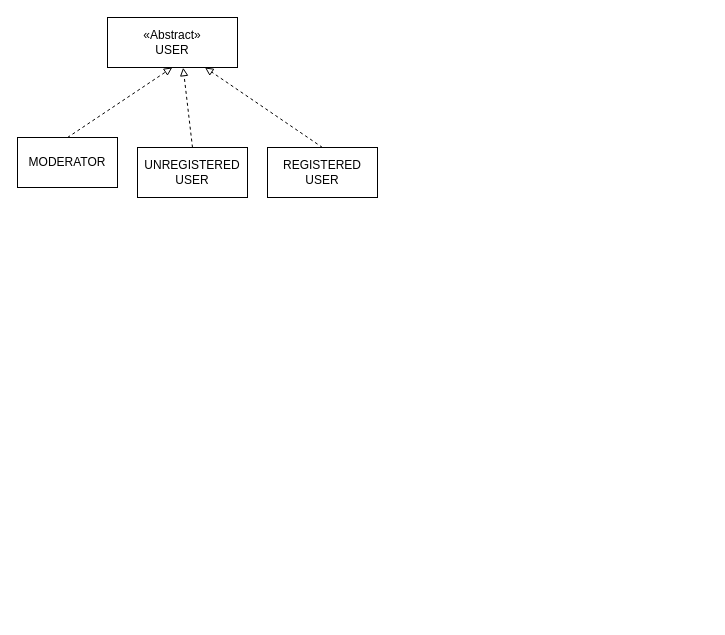
The draw.io diagram UML diagrams/UML class diagram.drawio in lorenzoceccanti/pixelindex, before the edit. Source tidied: cells renumbered, new cells numbered last; positions are measured from the earlier drawing's top-left corner, leaving out a move shared by most shapes. Both pictures are drawn from the tidied source at 100%, with x=0, y=0 at pixel (17, 17).
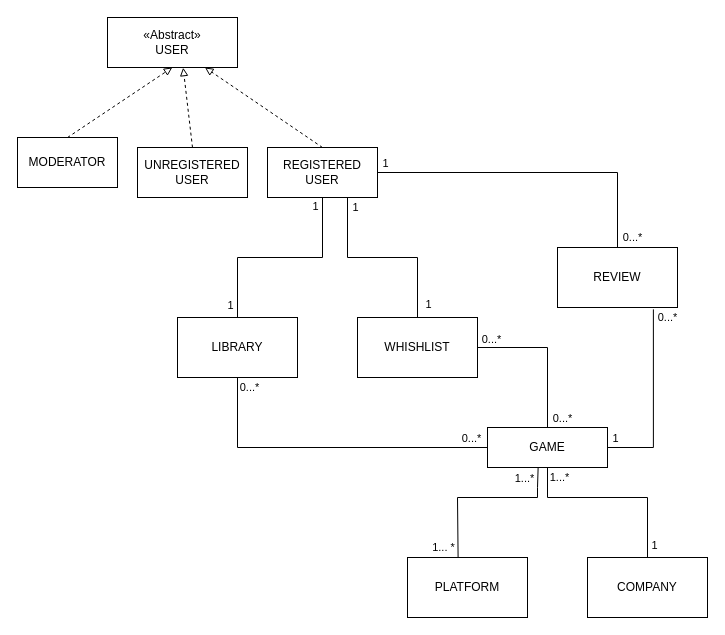
Above is the later version.

The change refers to these unchanged cells:
```xml
<mxCell id="8" value="REGISTERED&lt;br&gt;USER" style="rounded=0;whiteSpace=wrap;html=1;" parent="1" vertex="1">
  <mxGeometry x="250" y="130" width="110" height="50" as="geometry" />
</mxCell>
```

Diff of the diagram source:
```diff
@@
+    <mxCell id="9" style="edgeStyle=orthogonalEdgeStyle;rounded=0;jettySize=auto;html=1;exitX=0.5;exitY=1;exitDx=0;exitDy=0;entryX=0.5;entryY=0;entryDx=0;entryDy=0;endArrow=none;endFill=0;" parent="1" edge="1" source="8" target="19">
+      <mxGeometry relative="1" as="geometry" />
+    </mxCell>
+    <mxCell id="10" value="1" style="edgeLabel;html=1;align=center;verticalAlign=middle;" parent="9" vertex="1">
+      <mxGeometry x="-0.83" y="-4" relative="1" as="geometry">
+        <mxPoint x="-4" y="-9" as="offset" />
+      </mxGeometry>
+    </mxCell>
+    <mxCell id="11" value="1" style="edgeLabel;html=1;align=center;verticalAlign=middle;" parent="9" vertex="1">
+      <mxGeometry x="0.85" y="4" relative="1" as="geometry">
+        <mxPoint x="-12" y="2" as="offset" />
+      </mxGeometry>
+    </mxCell>
+    <mxCell id="12" style="edgeStyle=orthogonalEdgeStyle;rounded=0;jettySize=auto;html=1;exitX=1;exitY=0.5;exitDx=0;exitDy=0;entryX=0.5;entryY=0;entryDx=0;entryDy=0;endArrow=none;endFill=0;" parent="1" edge="1" source="8" target="20">
+      <mxGeometry relative="1" as="geometry" />
+    </mxCell>
+    <mxCell id="13" value="1" style="edgeLabel;html=1;align=center;verticalAlign=middle;" parent="12" vertex="1">
+      <mxGeometry x="-0.95" y="1" relative="1" as="geometry">
+        <mxPoint x="-1" y="-9" as="offset" />
+      </mxGeometry>
+    </mxCell>
+    <mxCell id="14" value="0...*" style="edgeLabel;html=1;align=center;verticalAlign=middle;" parent="12" vertex="1">
+      <mxGeometry x="0.93" relative="1" as="geometry">
+        <mxPoint x="14" as="offset" />
+      </mxGeometry>
+    </mxCell>
@@
+    <mxCell id="15" style="edgeStyle=orthogonalEdgeStyle;rounded=0;jettySize=auto;html=1;exitX=0;exitY=0.5;exitDx=0;exitDy=0;entryX=0.5;entryY=1;entryDx=0;entryDy=0;endArrow=none;endFill=0;" parent="1" edge="1" source="18" target="19">
+      <mxGeometry relative="1" as="geometry" />
+    </mxCell>
+    <mxCell id="16" value="0...*" style="edgeLabel;html=1;align=center;verticalAlign=middle;" parent="15" vertex="1">
+      <mxGeometry x="-0.9" y="1" relative="1" as="geometry">
+        <mxPoint x="-1" y="-11" as="offset" />
+      </mxGeometry>
+    </mxCell>
+    <mxCell id="17" value="0...*" style="edgeLabel;html=1;align=center;verticalAlign=middle;" parent="15" vertex="1">
+      <mxGeometry x="0.95" y="1" relative="1" as="geometry">
+        <mxPoint x="12" y="1" as="offset" />
+      </mxGeometry>
+    </mxCell>
+    <mxCell id="18" value="GAME" style="rounded=0;whiteSpace=wrap;html=1;" parent="1" vertex="1">
+      <mxGeometry x="470" y="410" width="120" height="40" as="geometry" />
+    </mxCell>
+    <mxCell id="19" value="LIBRARY" style="rounded=0;whiteSpace=wrap;html=1;" parent="1" vertex="1">
+      <mxGeometry x="160" y="300" width="120" height="60" as="geometry" />
+    </mxCell>
+    <mxCell id="20" value="REVIEW" style="rounded=0;whiteSpace=wrap;html=1;" parent="1" vertex="1">
+      <mxGeometry x="540" y="230" width="120" height="60" as="geometry" />
+    </mxCell>
+    <mxCell id="21" style="edgeStyle=orthogonalEdgeStyle;rounded=0;jettySize=auto;html=1;exitX=0.5;exitY=0;exitDx=0;exitDy=0;endArrow=none;endFill=0;" parent="1" edge="1" source="27" target="8">
+      <mxGeometry relative="1" as="geometry">
+        <Array as="points">
+          <mxPoint x="400" y="240" />
+          <mxPoint x="330" y="240" />
+        </Array>
+      </mxGeometry>
+    </mxCell>
+    <mxCell id="22" value="1" style="edgeLabel;html=1;align=center;verticalAlign=middle;" parent="21" vertex="1">
+      <mxGeometry x="0.84" y="-5" relative="1" as="geometry">
+        <mxPoint x="2" y="-6" as="offset" />
+      </mxGeometry>
+    </mxCell>
+    <mxCell id="23" value="1" style="edgeLabel;html=1;align=center;verticalAlign=middle;" parent="21" vertex="1">
+      <mxGeometry x="-0.85" y="-4" relative="1" as="geometry">
+        <mxPoint x="6" as="offset" />
+      </mxGeometry>
+    </mxCell>
+    <mxCell id="24" style="edgeStyle=orthogonalEdgeStyle;rounded=0;jettySize=auto;html=1;exitX=1;exitY=0.5;exitDx=0;exitDy=0;entryX=0.5;entryY=0;entryDx=0;entryDy=0;endArrow=none;endFill=0;" parent="1" edge="1" source="27" target="18">
+      <mxGeometry relative="1" as="geometry" />
+    </mxCell>
+    <mxCell id="25" value="0...*" style="edgeLabel;html=1;align=center;verticalAlign=middle;" parent="24" vertex="1">
+      <mxGeometry x="-0.62" y="4" relative="1" as="geometry">
+        <mxPoint x="-16" y="-5" as="offset" />
+      </mxGeometry>
+    </mxCell>
+    <mxCell id="26" value="0...*" style="edgeLabel;html=1;align=center;verticalAlign=middle;" parent="24" vertex="1">
+      <mxGeometry x="0.86" relative="1" as="geometry">
+        <mxPoint x="14" as="offset" />
+      </mxGeometry>
+    </mxCell>
+    <mxCell id="27" value="WHISHLIST" style="rounded=0;whiteSpace=wrap;html=1;" parent="1" vertex="1">
+      <mxGeometry x="340" y="300" width="120" height="60" as="geometry" />
+    </mxCell>
+    <mxCell id="28" value="PLATFORM" style="rounded=0;whiteSpace=wrap;html=1;" parent="1" vertex="1">
+      <mxGeometry x="390" y="540" width="120" height="60" as="geometry" />
+    </mxCell>
+    <mxCell id="29" style="edgeStyle=orthogonalEdgeStyle;rounded=0;jettySize=auto;html=1;entryX=0.5;entryY=1;entryDx=0;entryDy=0;endArrow=none;endFill=0;" parent="1" edge="1" source="32" target="18">
+      <mxGeometry relative="1" as="geometry">
+        <Array as="points">
+          <mxPoint x="630" y="480" />
+          <mxPoint x="530" y="480" />
+        </Array>
+      </mxGeometry>
+    </mxCell>
+    <mxCell id="30" value="1...*" style="edgeLabel;html=1;align=center;verticalAlign=middle;" parent="29" vertex="1">
+      <mxGeometry x="0.85" relative="1" as="geometry">
+        <mxPoint x="11" y="-5" as="offset" />
+      </mxGeometry>
+    </mxCell>
+    <mxCell id="31" value="1" style="edgeLabel;html=1;align=center;verticalAlign=middle;" parent="29" vertex="1">
+      <mxGeometry x="-0.83" relative="1" as="geometry">
+        <mxPoint x="6" y="3" as="offset" />
+      </mxGeometry>
+    </mxCell>
+    <mxCell id="32" value="COMPANY" style="rounded=0;whiteSpace=wrap;html=1;" parent="1" vertex="1">
+      <mxGeometry x="570" y="540" width="120" height="60" as="geometry" />
+    </mxCell>
+    <mxCell id="33" style="endArrow=none;html=1;rounded=0;exitX=0.588;exitY=0.001;exitDx=0;exitDy=0;exitPerimeter=0;entryX=0.422;entryY=1.003;entryDx=0;entryDy=0;entryPerimeter=0;" parent="1" edge="1" target="18">
+      <mxGeometry relative="1" as="geometry">
+        <mxPoint x="440.6" y="540.1" as="sourcePoint" />
+        <Array as="points">
+          <mxPoint x="440" y="480" />
+          <mxPoint x="520" y="480" />
+          <mxPoint x="520" y="470" />
+        </Array>
+      </mxGeometry>
+    </mxCell>
+    <mxCell id="34" value="1...*" style="edgeLabel;html=1;align=center;verticalAlign=middle;" parent="33" vertex="1">
+      <mxGeometry x="0.84" y="2" relative="1" as="geometry">
+        <mxPoint x="-12" y="-4" as="offset" />
+      </mxGeometry>
+    </mxCell>
+    <mxCell id="35" value="1... *" style="edgeLabel;html=1;align=center;verticalAlign=middle;" parent="33" vertex="1">
+      <mxGeometry x="-0.86" y="-2" relative="1" as="geometry">
+        <mxPoint x="-17" y="1" as="offset" />
+      </mxGeometry>
+    </mxCell>
+    <mxCell id="36" style="edgeStyle=orthogonalEdgeStyle;rounded=0;jettySize=auto;html=1;exitX=1;exitY=0.5;exitDx=0;exitDy=0;entryX=0.799;entryY=1.031;entryDx=0;entryDy=0;entryPerimeter=0;endArrow=none;endFill=0;" parent="1" edge="1" source="18" target="20">
+      <mxGeometry relative="1" as="geometry" />
+    </mxCell>
+    <mxCell id="37" value="0...*" style="edgeLabel;html=1;align=center;verticalAlign=middle;" parent="36" vertex="1">
+      <mxGeometry x="0.95" y="1" relative="1" as="geometry">
+        <mxPoint x="15" y="3" as="offset" />
+      </mxGeometry>
+    </mxCell>
+    <mxCell id="38" value="1" style="edgeLabel;html=1;align=center;verticalAlign=middle;" parent="36" vertex="1">
+      <mxGeometry x="-0.84" y="1" relative="1" as="geometry">
+        <mxPoint x="-8" y="-9" as="offset" />
+      </mxGeometry>
+    </mxCell>
```
